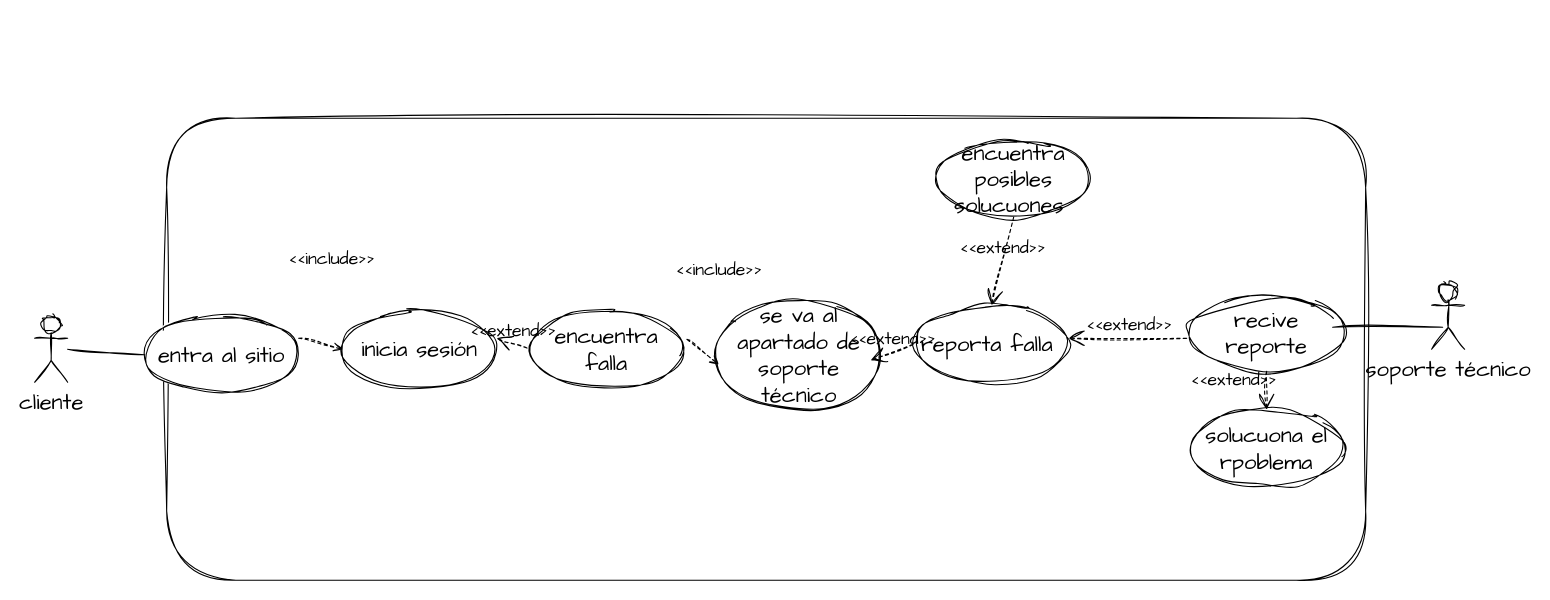
This is page "Soporte tecnico" (4 of 5) of casos_uso_sitio_web.drawio from Ismael137O/ESDAD_CASOS_USO, a draw.io file, before an edit. Source tidied: cells renumbered, new cells numbered last; positions are measured from the earlier drawing's top-left corner, leaving out a move shared by most shapes. Both pictures are drawn from the tidied source at 110%, with x=0, y=0 at pixel (34, 118).
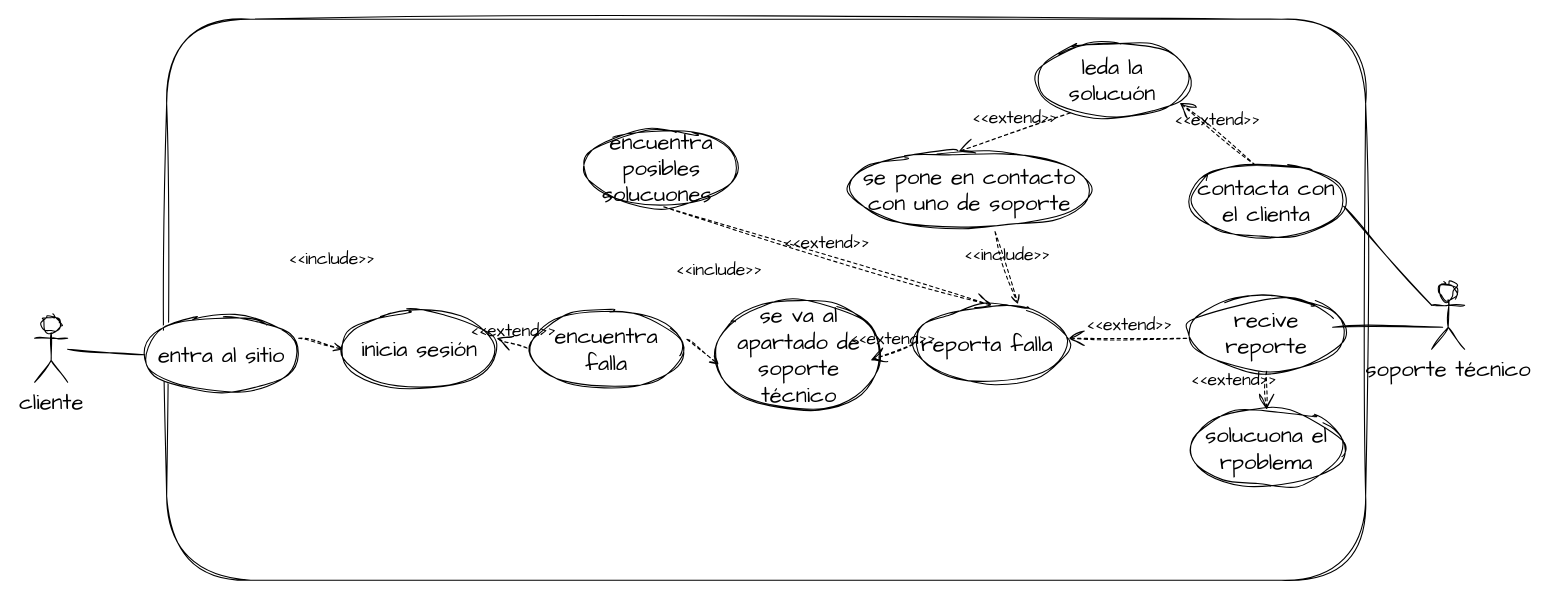
The same diagram, later.

Commit message:
cambio a la partede soporte

Unchanged cells that the change refers to:
```xml
<mxCell id="8" value="reporta falla&amp;nbsp;" style="ellipse;whiteSpace=wrap;html=1;sketch=1;hachureGap=4;jiggle=2;curveFitting=1;fontFamily=Architects Daughter;fontSize=20;" parent="1" vertex="1">
  <mxGeometry x="800" y="170" width="140" height="70" as="geometry" />
</mxCell>
<mxCell id="13" value="soporte técnico" style="shape=umlActor;html=1;verticalLabelPosition=bottom;verticalAlign=top;align=center;sketch=1;hachureGap=4;jiggle=2;curveFitting=1;fontFamily=Architects Daughter;fontSize=20;" parent="1" vertex="1">
  <mxGeometry x="1270" y="150" width="30" height="60" as="geometry" />
</mxCell>
```

Change to the diagram source:
```diff
@@
     <mxCell id="2" style="rounded=1;whiteSpace=wrap;html=1;sketch=1;hachureGap=4;jiggle=2;curveFitting=1;fontFamily=Architects Daughter;fontSize=20;" parent="1" vertex="1">
-      <mxGeometry x="120" width="1090" height="420" as="geometry" />
+      <mxGeometry x="120" y="-90" width="1090" height="510" as="geometry" />
     </mxCell>
@@
     <mxCell id="10" value="encuentra posibles solucuones&amp;nbsp;" style="ellipse;whiteSpace=wrap;html=1;sketch=1;hachureGap=4;jiggle=2;curveFitting=1;fontFamily=Architects Daughter;fontSize=20;" parent="1" vertex="1">
-      <mxGeometry x="820" y="20" width="140" height="70" as="geometry" />
+      <mxGeometry x="500" y="10" width="140" height="70" as="geometry" />
     </mxCell>
@@
+    <mxCell id="22" value="contacta con el clienta" style="ellipse;whiteSpace=wrap;html=1;sketch=1;hachureGap=4;jiggle=2;curveFitting=1;fontFamily=Architects Daughter;fontSize=20;" parent="1" vertex="1">
+      <mxGeometry x="1050" y="40" width="140" height="70" as="geometry" />
+    </mxCell>
+    <mxCell id="23" value="se pone en contacto con uno de soporte" style="ellipse;whiteSpace=wrap;html=1;sketch=1;hachureGap=4;jiggle=2;curveFitting=1;fontFamily=Architects Daughter;fontSize=20;" parent="1" vertex="1">
+      <mxGeometry x="740" y="30" width="220" height="70" as="geometry" />
+    </mxCell>
+    <mxCell id="24" value="leda la solucuón" style="ellipse;whiteSpace=wrap;html=1;sketch=1;hachureGap=4;jiggle=2;curveFitting=1;fontFamily=Architects Daughter;fontSize=20;" parent="1" vertex="1">
+      <mxGeometry x="910" y="-70" width="140" height="70" as="geometry" />
+    </mxCell>
+    <mxCell id="25" value="&amp;lt;&amp;lt;include&amp;gt;&amp;gt;" style="edgeStyle=none;html=1;endArrow=open;verticalAlign=bottom;dashed=1;labelBackgroundColor=none;rounded=0;sketch=1;hachureGap=4;jiggle=2;curveFitting=1;fontFamily=Architects Daughter;fontSize=16;entryX=0.671;entryY=-0.014;entryDx=0;entryDy=0;entryPerimeter=0;exitX=0.605;exitY=1.043;exitDx=0;exitDy=0;exitPerimeter=0;" parent="1" edge="1" source="23" target="8">
+      <mxGeometry relative="1" as="geometry" />
+    </mxCell>
+    <mxCell id="26" value="&amp;lt;&amp;lt;extend&amp;gt;&amp;gt;" style="edgeStyle=none;html=1;startArrow=open;endArrow=none;startSize=12;verticalAlign=bottom;dashed=1;labelBackgroundColor=none;rounded=0;sketch=1;hachureGap=4;jiggle=2;curveFitting=1;fontFamily=Architects Daughter;fontSize=16;entryX=0.229;entryY=0.929;entryDx=0;entryDy=0;entryPerimeter=0;" parent="1" edge="1" target="24">
+      <mxGeometry relative="1" as="geometry">
+        <mxPoint x="840" y="30" as="sourcePoint" />
+      </mxGeometry>
+    </mxCell>
+    <mxCell id="27" value="&amp;lt;&amp;lt;extend&amp;gt;&amp;gt;" style="edgeStyle=none;html=1;startArrow=open;endArrow=none;startSize=12;verticalAlign=bottom;dashed=1;labelBackgroundColor=none;rounded=0;sketch=1;hachureGap=4;jiggle=2;curveFitting=1;fontFamily=Architects Daughter;fontSize=16;exitX=0.936;exitY=0.8;exitDx=0;exitDy=0;exitPerimeter=0;entryX=0.421;entryY=0.029;entryDx=0;entryDy=0;entryPerimeter=0;" parent="1" edge="1" source="24" target="22">
+      <mxGeometry relative="1" as="geometry" />
+    </mxCell>
+    <mxCell id="28" style="edgeStyle=none;html=1;endArrow=none;verticalAlign=bottom;rounded=0;sketch=1;hachureGap=4;jiggle=2;curveFitting=1;fontFamily=Architects Daughter;fontSize=16;entryX=0;entryY=0.3333333333333333;entryDx=0;entryDy=0;entryPerimeter=0;" parent="1" edge="1" target="13">
+      <mxGeometry relative="1" as="geometry">
+        <mxPoint x="1190" y="80" as="sourcePoint" />
+      </mxGeometry>
+    </mxCell>
```
